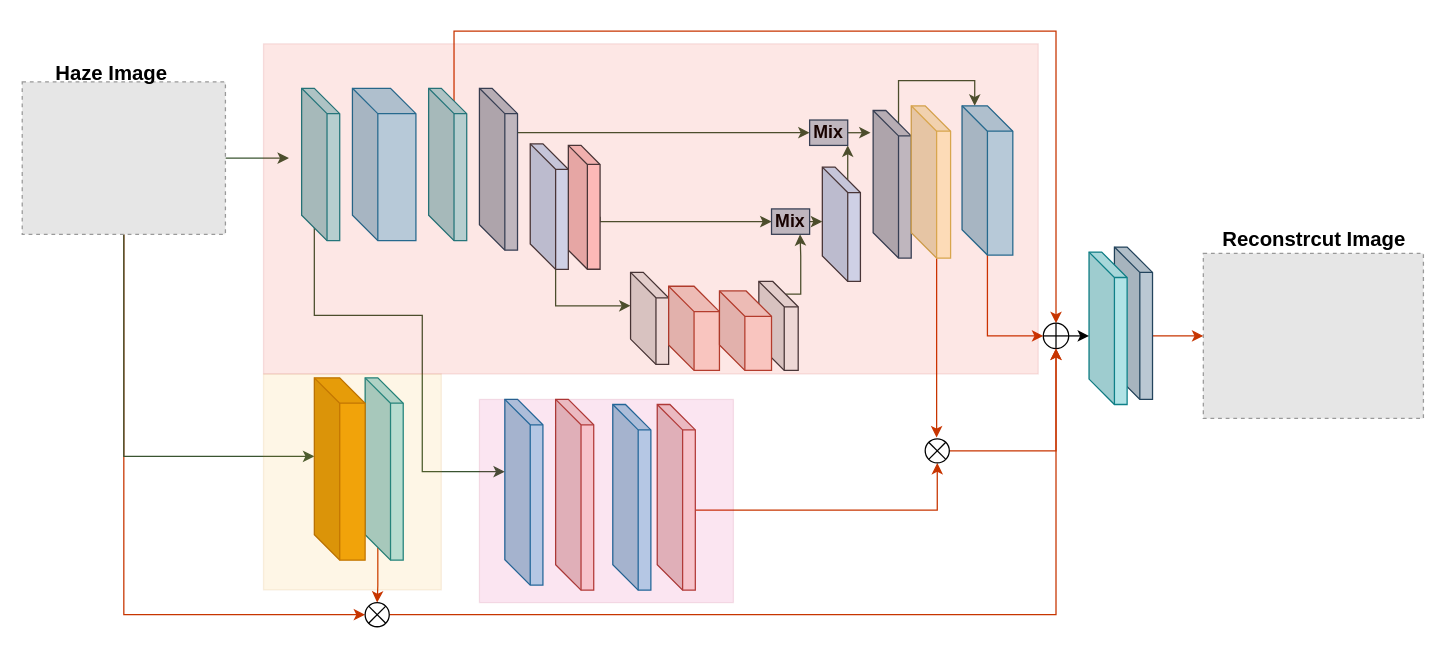
The draw.io diagram 未命名绘图.drawio in June1238/DenseDepth, before the edit. Source tidied: cells renumbered, new cells numbered last; positions are measured from the earlier drawing's top-left corner, leaving out a move shared by most shapes. Both pictures are drawn from the tidied source at 127%, with x=0, y=0 at pixel (22, 30). Pictures stored in the file or linked from it are replaced by grey dashed boxes.
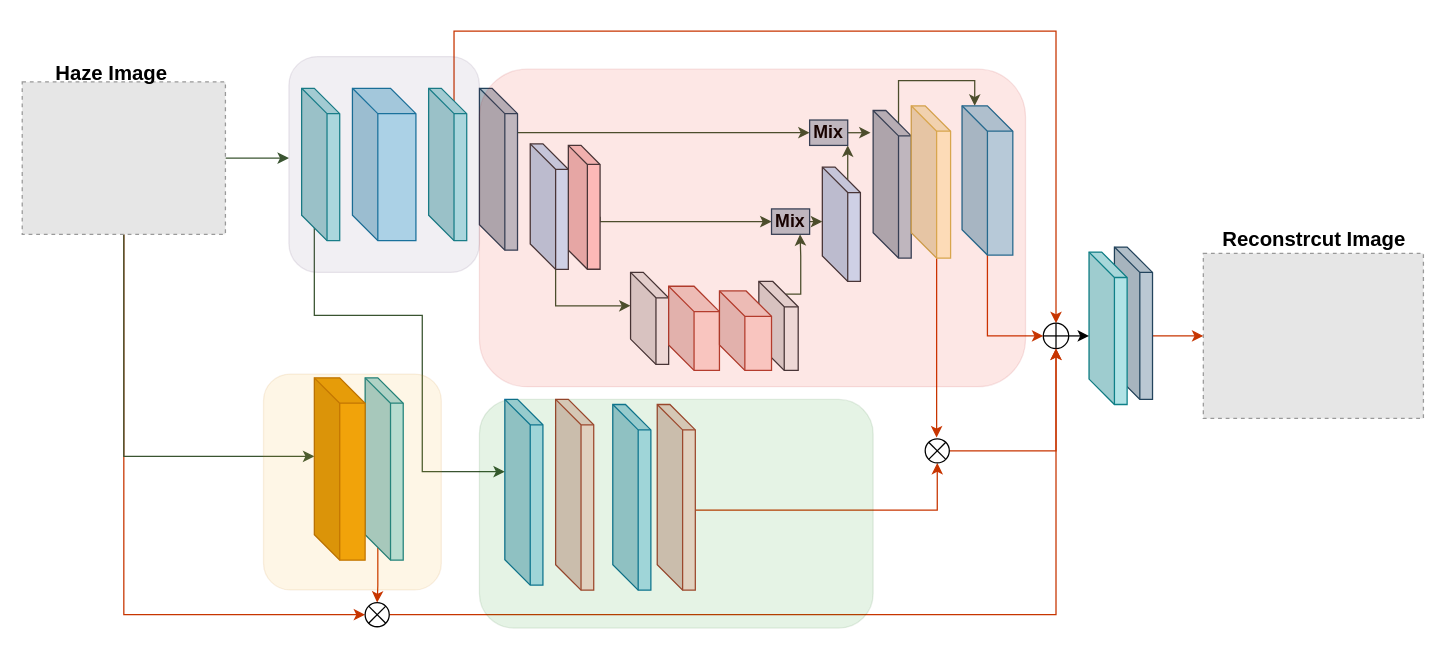
The same page after the edit.

Change to the diagram source:
```diff
@@
-    <mxCell id="54" style="rounded=0;whiteSpace=wrap;html=1;opacity=10;fillColor=#f0a30a;fontColor=#000000;strokeColor=#BD7000;" parent="1" vertex="1">
+    <mxCell id="54" style="rounded=1;whiteSpace=wrap;html=1;opacity=10;fillColor=#f0a30a;fontColor=#000000;strokeColor=#BD7000;glass=0;" parent="1" vertex="1">
       <mxGeometry x="190" y="270" width="140" height="170" as="geometry" />
     </mxCell>
-    <mxCell id="55" style="rounded=0;whiteSpace=wrap;html=1;opacity=10;fillColor=#e51400;fontColor=#ffffff;strokeColor=#B20000;" parent="1" vertex="1">
-      <mxGeometry x="190" y="10" width="610" height="260" as="geometry" />
+    <mxCell id="55" style="rounded=1;whiteSpace=wrap;html=1;opacity=10;fillColor=#e51400;fontColor=#ffffff;strokeColor=#B20000;" parent="1" vertex="1">
+      <mxGeometry x="360" y="30" width="430" height="250" as="geometry" />
     </mxCell>
-    <mxCell id="56" style="rounded=0;whiteSpace=wrap;html=1;opacity=10;fillColor=#d80073;strokeColor=#A50040;fontColor=#ffffff;" parent="1" vertex="1">
-      <mxGeometry x="360" y="290" width="200" height="160" as="geometry" />
+    <mxCell id="56" style="rounded=1;whiteSpace=wrap;html=1;opacity=10;fillColor=#008a00;strokeColor=#005700;fontColor=#ffffff;" parent="1" vertex="1">
+      <mxGeometry x="360" y="290" width="310" height="180" as="geometry" />
     </mxCell>
+    <mxCell id="57" style="rounded=1;whiteSpace=wrap;html=1;opacity=10;fillColor=#76608a;fontColor=#ffffff;strokeColor=#432D57;" parent="1" vertex="1">
+      <mxGeometry x="210" y="20" width="150" height="170" as="geometry" />
+    </mxCell>
```
